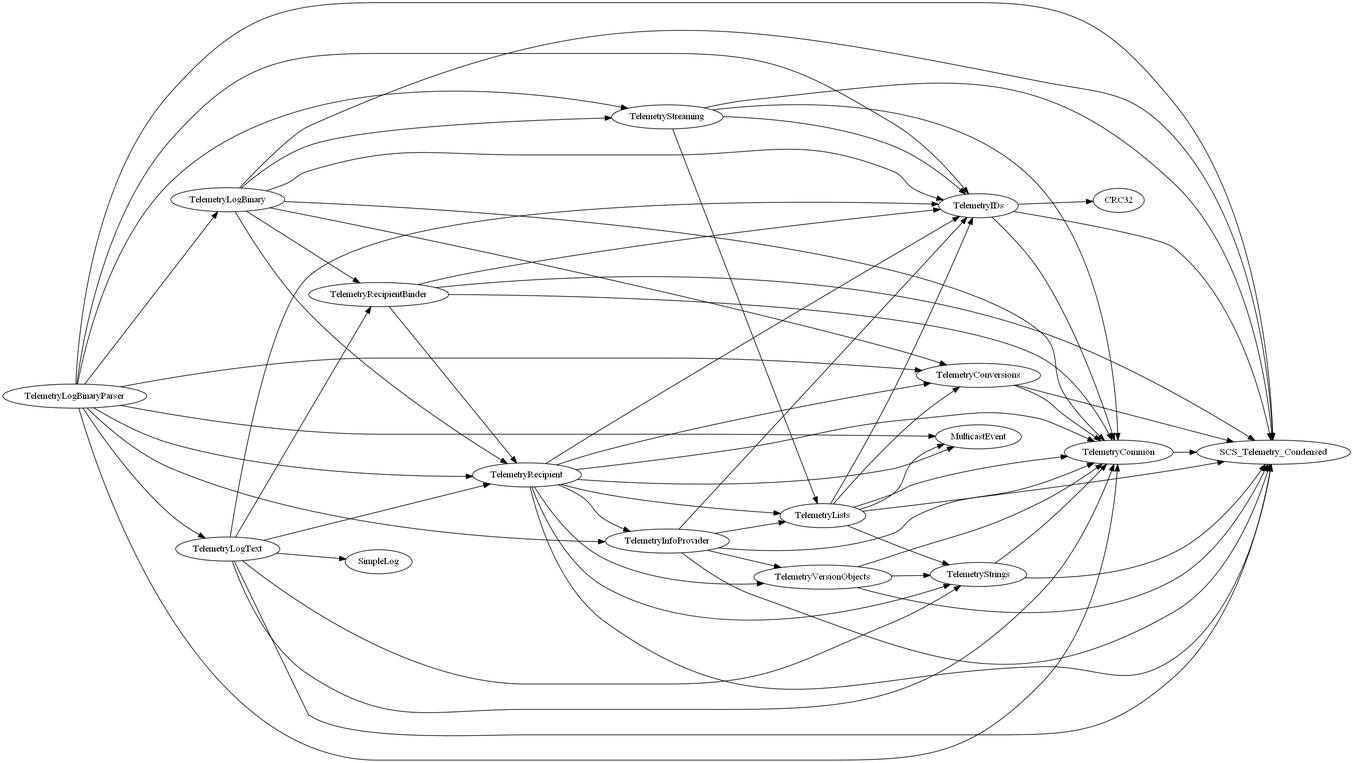
Above: Telemetry Library/Documentation/GVUses.png in TheLazyTomcat/TelemetryLibrary (Graphviz), before the change. Its source is kept beside it as Telemetry Library/Documentation/GVUses.dot.
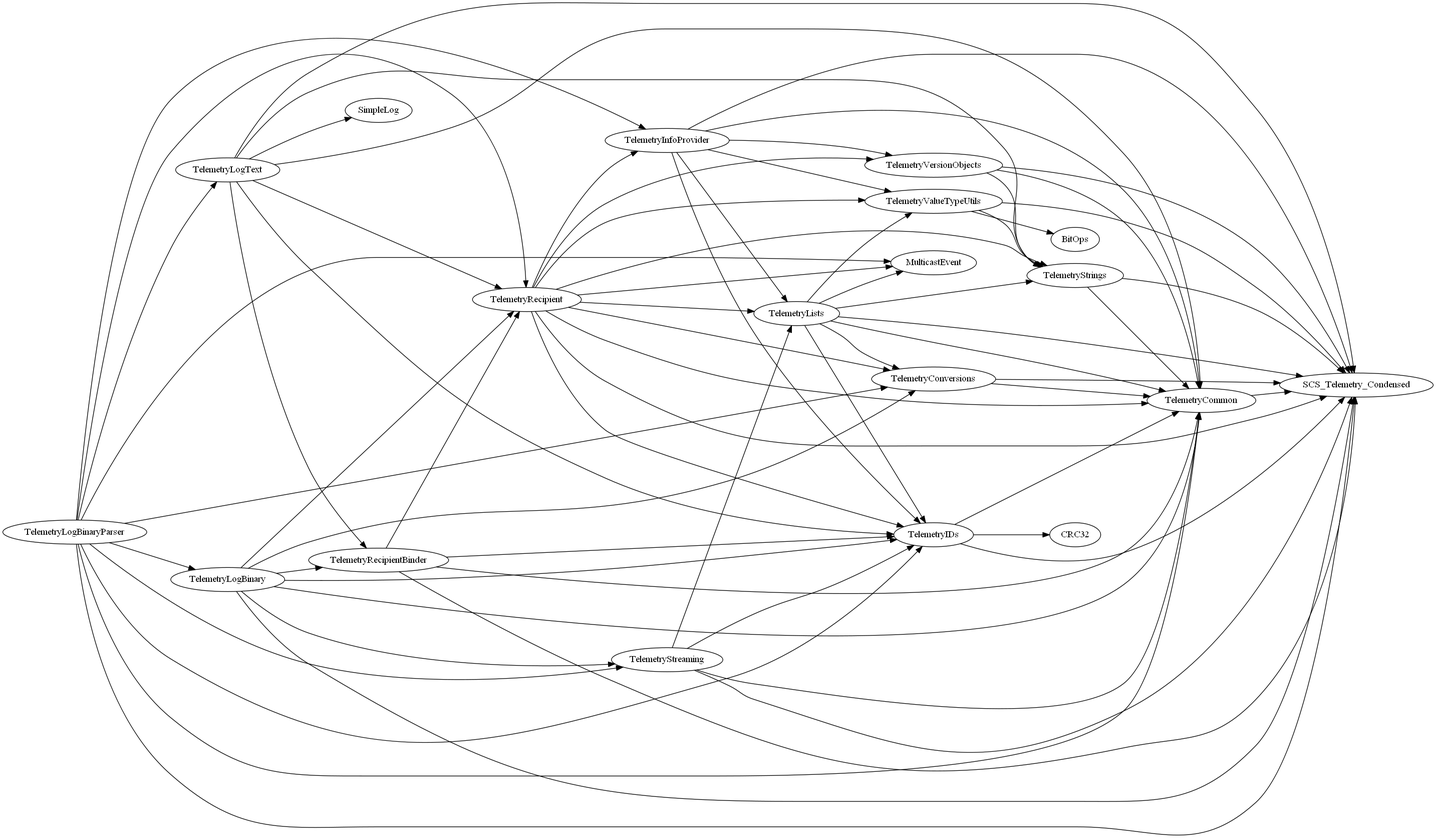
The same diagram one commit later.

The edit, as a diff of the source:
```diff
@@ -9,6 +9,7 @@
   "TelemetryIDs" -> "TelemetryCommon"
   "TelemetryIDs" -> "SCS_Telemetry_Condensed"
   "TelemetryIDs" [href="TelemetryIDs.html"]
+  "TelemetryInfoProvider" -> "TelemetryValueTypeUtils"
   "TelemetryInfoProvider" -> "TelemetryIDs"
   "TelemetryInfoProvider" -> "TelemetryLists"
   "TelemetryInfoProvider" -> "TelemetryVersionObjects"
@@ -17,6 +18,7 @@
   "TelemetryInfoProvider" [href="TelemetryInfoProvider.html"]
   "TelemetryLists" -> "MulticastEvent"
   "TelemetryLists" -> "TelemetryCommon"
+  "TelemetryLists" -> "TelemetryValueTypeUtils"
   "TelemetryLists" -> "TelemetryIDs"
   "TelemetryLists" -> "TelemetryConversions"
   "TelemetryLists" -> "TelemetryStrings"
@@ -55,6 +57,7 @@
   "TelemetryRecipient" -> "TelemetryLists"
   "TelemetryRecipient" -> "TelemetryVersionObjects"
   "TelemetryRecipient" -> "TelemetryInfoProvider"
+  "TelemetryRecipient" -> "TelemetryValueTypeUtils"
   "TelemetryRecipient" -> "TelemetryConversions"
   "TelemetryRecipient" -> "TelemetryStrings"
   "TelemetryRecipient" -> "SCS_Telemetry_Condensed"
@@ -72,6 +75,10 @@
   "TelemetryStrings" -> "TelemetryCommon"
   "TelemetryStrings" -> "SCS_Telemetry_Condensed"
   "TelemetryStrings" [href="TelemetryStrings.html"]
+  "TelemetryValueTypeUtils" -> "BitOps"
+  "TelemetryValueTypeUtils" -> "TelemetryStrings"
+  "TelemetryValueTypeUtils" -> "SCS_Telemetry_Condensed"
+  "TelemetryValueTypeUtils" [href="TelemetryValueTypeUtils.html"]
   "TelemetryVersionObjects" -> "TelemetryCommon"
   "TelemetryVersionObjects" -> "TelemetryStrings"
   "TelemetryVersionObjects" -> "SCS_Telemetry_Condensed"
```
